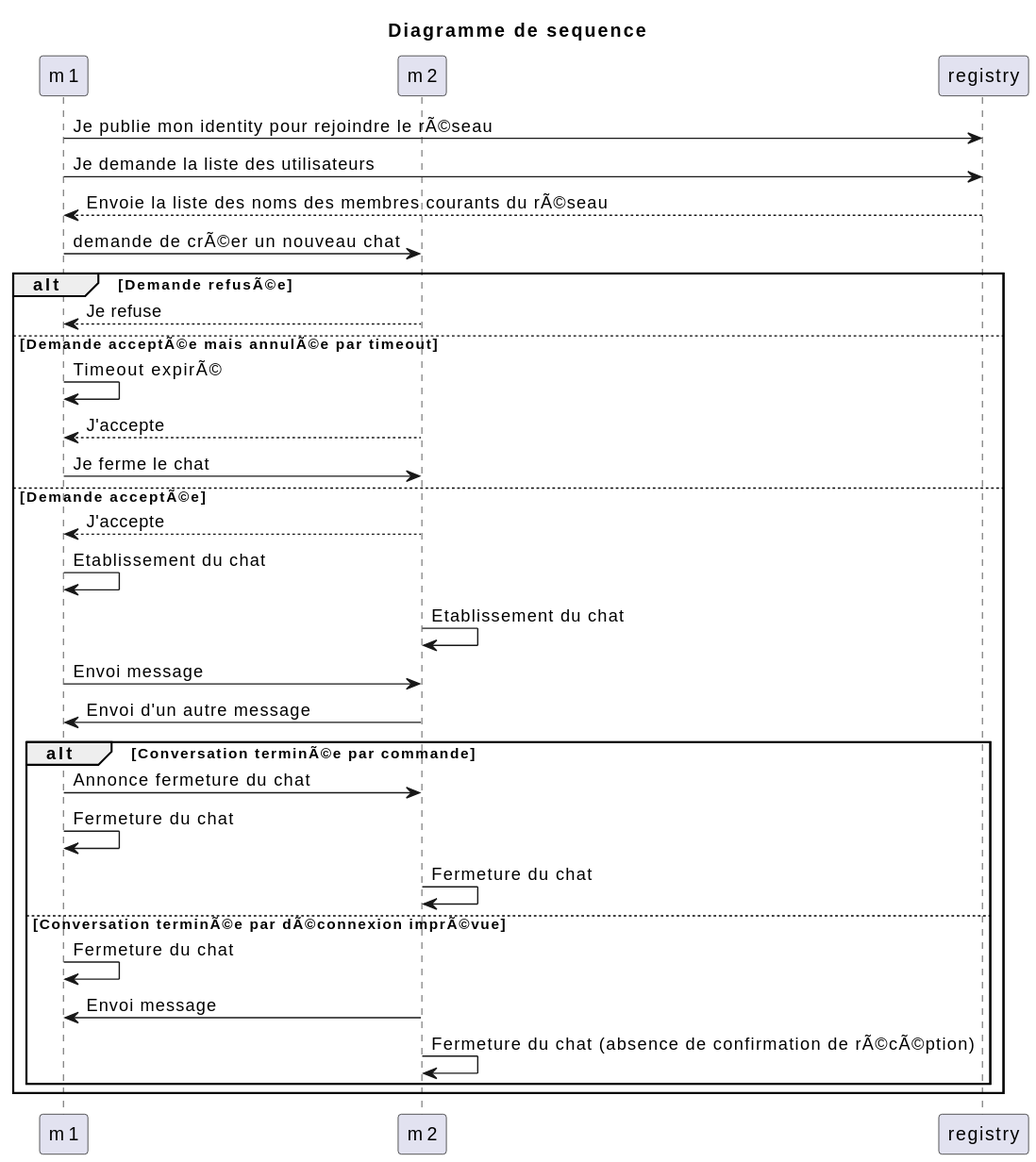
Earlier version of the PlantUML export docs/sequence.svg (samuelroland/poneytoponey).
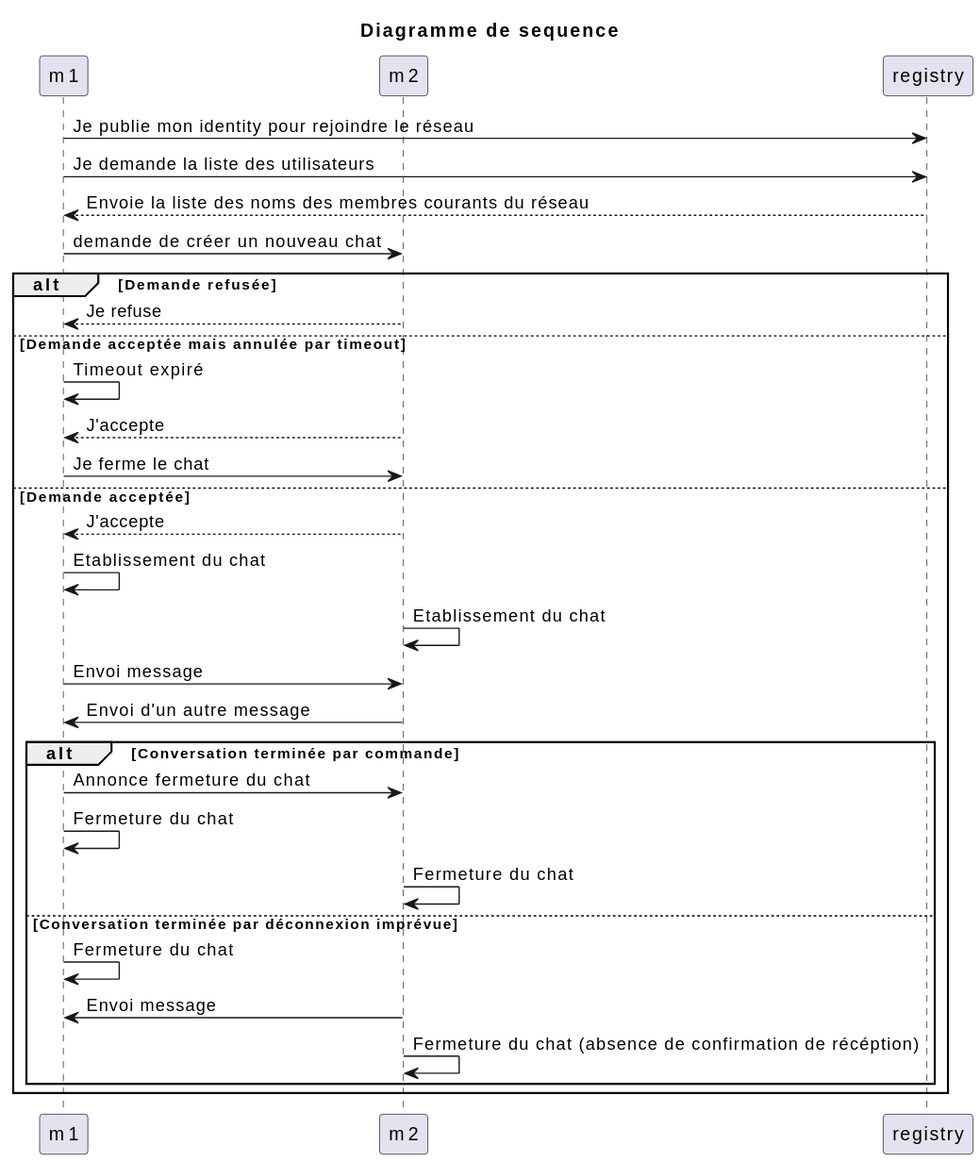
After the change.

Commit message:
Reexport sequence.svg without UTF-8 detection issues

What changed in the source:
```diff
@@ -4,30 +4,30 @@
 participant "m2" as m2
 participant "registry" as registry
 
-m1->registry:Je publie mon identity pour rejoindre le rÃ©seau
+m1->registry:Je publie mon identity pour rejoindre le réseau
 m1-> registry: Je demande la liste des utilisateurs
-registry-->m1:Envoie la liste des noms des membres courants du rÃ©seau
-m1->m2:demande de crÃ©er un nouveau chat
-alt Demande refusÃ©e
+registry-->m1:Envoie la liste des noms des membres courants du réseau
+m1->m2:demande de créer un nouveau chat
+alt Demande refusée
 m2-->m1:Je refuse
-else Demande acceptÃ©e mais annulÃ©e par timeout
-m1-> m1: Timeout expirÃ©
+else Demande acceptée mais annulée par timeout
+m1-> m1: Timeout expiré
 m2-->m1: J'accepte
 m1->m2: Je ferme le chat
-else Demande acceptÃ©e
+else Demande acceptée
 m2-->m1:J'accepte
 m1->m1:Etablissement du chat
 m2->m2:Etablissement du chat
 m1->m2:Envoi message
 m2->m1:Envoi d'un autre message
-alt Conversation terminÃ©e par commande
+alt Conversation terminée par commande
     m1->m2:Annonce fermeture du chat
     m1->m1:Fermeture du chat
     m2->m2:Fermeture du chat
-else Conversation terminÃ©e par dÃ©connexion imprÃ©vue
+else Conversation terminée par déconnexion imprévue
     m1->m1:Fermeture du chat
     m2->m1:Envoi message
-    m2->m2:Fermeture du chat (absence de confirmation de rÃ©cÃ©ption)
+    m2->m2:Fermeture du chat (absence de confirmation de récéption)
 end
 end
 @enduml
```
